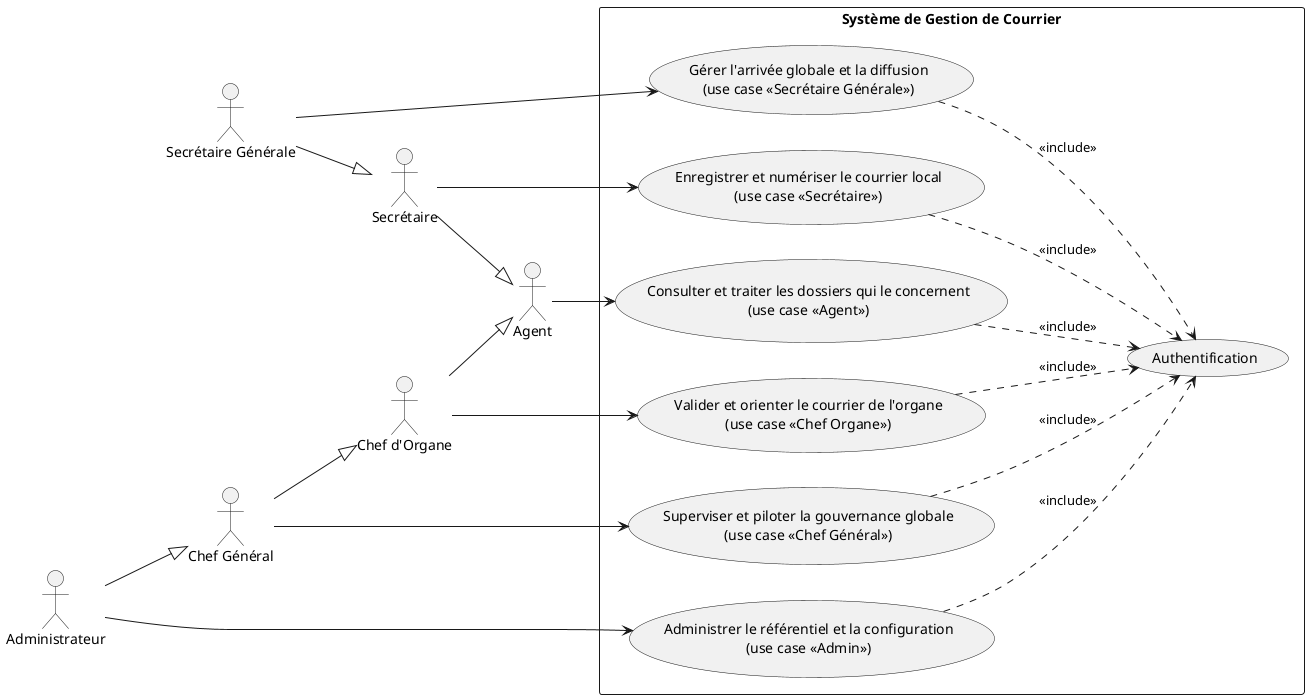
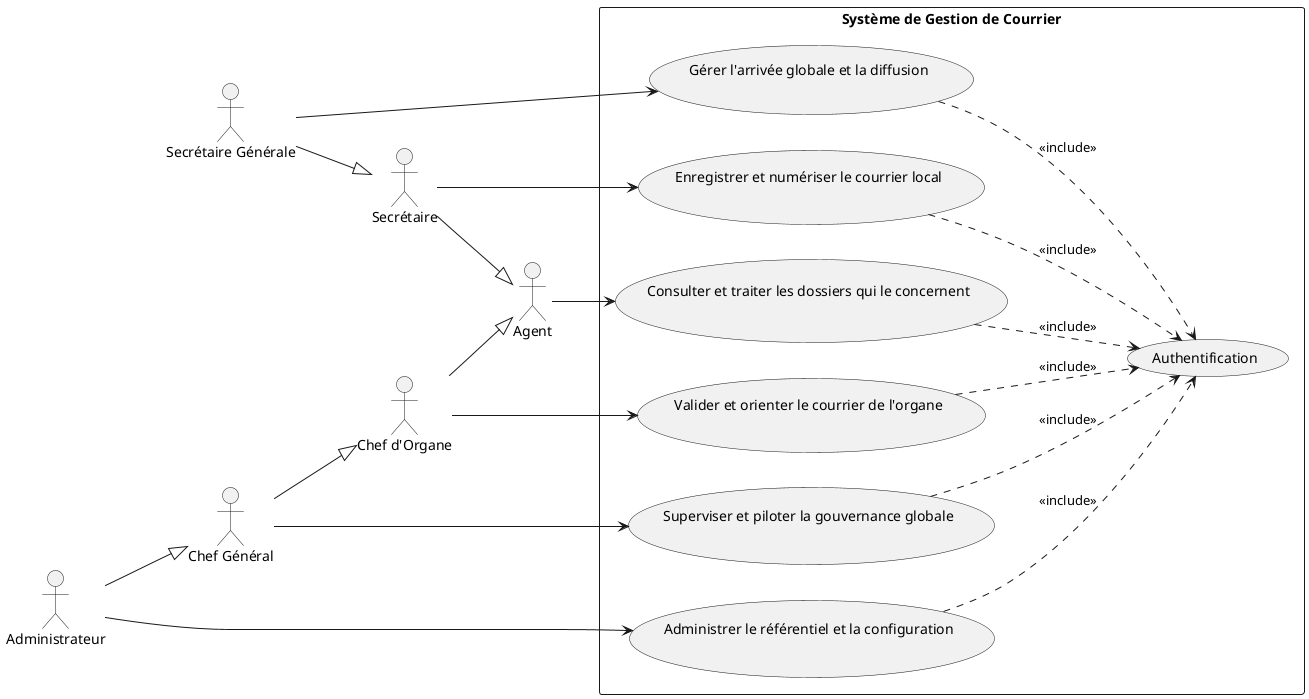
@startuml usecase_global
left to right direction
skinparam shadowing false

' --- Acteurs avec Héritage ---

actor "Agent" as Agent
actor "Secrétaire" as Sec
actor "Secrétaire Générale" as SG
actor "Chef d'Organe" as CO
actor "Chef Général" as CG
actor "Administrateur" as Admin

' Héritage de base
Sec --|> Agent
CO --|> Agent
Admin --|> CG

' Spécialisations de haut niveau
SG --|> Sec
CG --|> CO

' --- Système ---

rectangle "Système de Gestion de Courrier" {

    usecase "Authentification" as Auth

-     usecase "Consulter et traiter les dossiers qui le concernent\n(use case <<Agent>>)" as UCA
+     usecase "Consulter et traiter les dossiers qui le concernent\n" as UCA

-     usecase "Enregistrer et numériser le courrier local\n(use case <<Secrétaire>>)" as UCS
+     usecase "Enregistrer et numériser le courrier local\n" as UCS

-     usecase "Gérer l'arrivée globale et la diffusion\n(use case <<Secrétaire Générale>>)" as UCSG
+     usecase "Gérer l'arrivée globale et la diffusion\n" as UCSG

-     usecase "Valider et orienter le courrier de l'organe\n(use case <<Chef Organe>>)" as UCO
+     usecase "Valider et orienter le courrier de l'organe\n" as UCO

-     usecase "Superviser et piloter la gouvernance globale\n(use case <<Chef Général>>)" as UCG
+     usecase "Superviser et piloter la gouvernance globale\n" as UCG

-     usecase "Administrer le référentiel et la configuration\n(use case <<Admin>>)" as UCAd
+     usecase "Administrer le référentiel et la configuration\n" as UCAd
}

' --- Relations Acteurs / Use cases ---

Agent --> UCA
Sec --> UCS
SG --> UCSG
CO --> UCO
CG --> UCG
Admin --> UCAd

' --- Relations <<include>> vers Authentification ---

UCA ..> Auth : <<include>>
UCS ..> Auth : <<include>>
UCSG ..> Auth : <<include>>
UCO ..> Auth : <<include>>
UCG ..> Auth : <<include>>
UCAd ..> Auth : <<include>>

- @enduml+ @enduml
